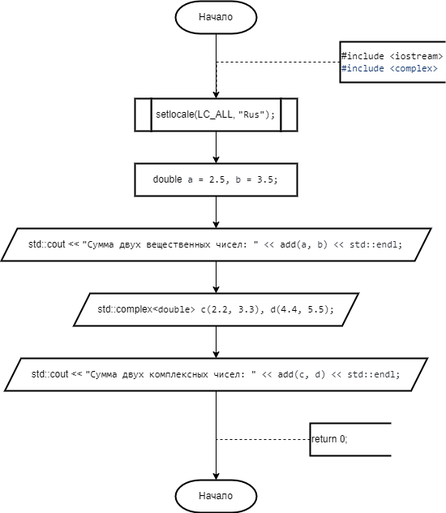
IlyaFedoseev227/LABS-PNRPU-IVT-22-1b keeps this draw.io diagram as 2 Семестр/Labs/7.1 Лаба/Лаба 7.1.png. Above is the earlier version. Source tidied: cells renumbered, new cells last; positions are measured from the earlier drawing's top-left corner, leaving out a move shared by most shapes.
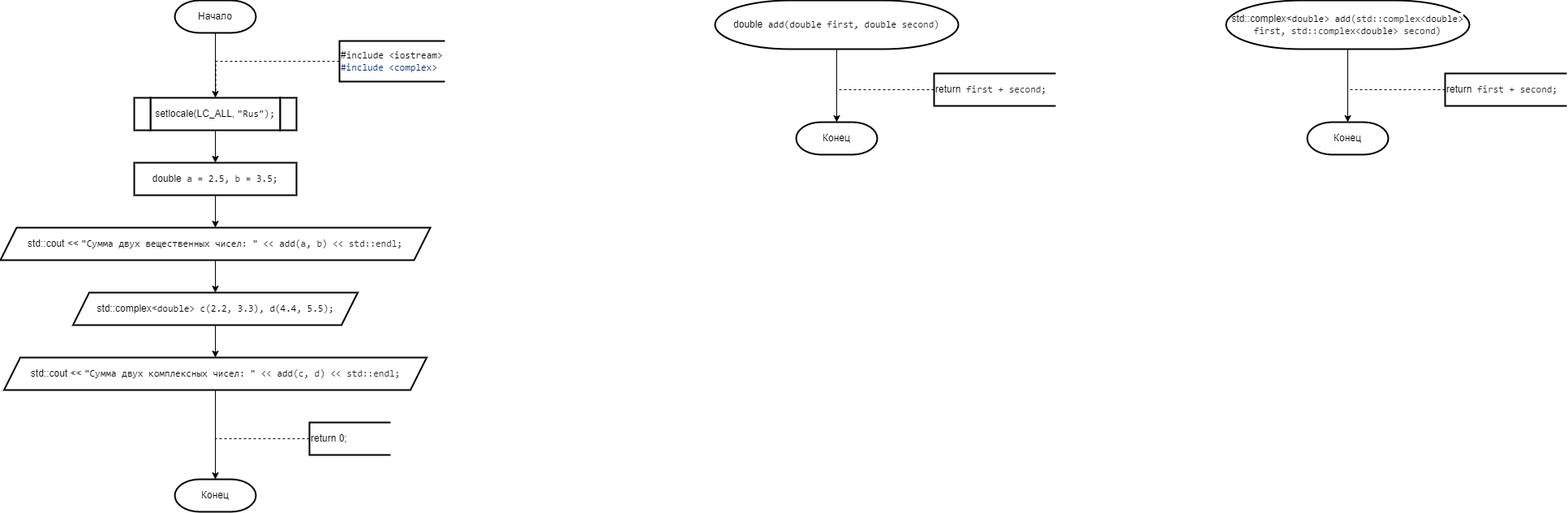
After the commit.

What changed in the source:
```diff
@@ -55,7 +55,7 @@
     <mxCell id="17" value="&lt;div style=&quot;text-align: start;&quot;&gt;std::cout &amp;lt;&amp;lt; &lt;span style=&quot;box-sizing: border-box; color: var(--color-prettylights-syntax-string); font-family: ui-monospace, SFMono-Regular, &amp;quot;SF Mono&amp;quot;, Menlo, Consolas, &amp;quot;Liberation Mono&amp;quot;, monospace; background-color: rgb(255, 255, 255);&quot; class=&quot;pl-s&quot;&gt;&lt;span style=&quot;box-sizing: border-box; color: var(--color-prettylights-syntax-string);&quot; class=&quot;pl-pds&quot;&gt;&quot;&lt;/span&gt;Сумма двух комплексных чисел: &lt;span style=&quot;box-sizing: border-box; color: var(--color-prettylights-syntax-string);&quot; class=&quot;pl-pds&quot;&gt;&quot;&lt;/span&gt;&lt;/span&gt;&lt;span style=&quot;color: rgb(36, 41, 47); font-family: ui-monospace, SFMono-Regular, &amp;quot;SF Mono&amp;quot;, Menlo, Consolas, &amp;quot;Liberation Mono&amp;quot;, monospace; background-color: rgb(255, 255, 255);&quot;&gt; &amp;lt;&amp;lt; &lt;/span&gt;&lt;span style=&quot;box-sizing: border-box; color: var(--color-prettylights-syntax-constant); font-family: ui-monospace, SFMono-Regular, &amp;quot;SF Mono&amp;quot;, Menlo, Consolas, &amp;quot;Liberation Mono&amp;quot;, monospace; background-color: rgb(255, 255, 255);&quot; class=&quot;pl-c1&quot;&gt;add&lt;/span&gt;&lt;span style=&quot;color: rgb(36, 41, 47); font-family: ui-monospace, SFMono-Regular, &amp;quot;SF Mono&amp;quot;, Menlo, Consolas, &amp;quot;Liberation Mono&amp;quot;, monospace; background-color: rgb(255, 255, 255);&quot;&gt;(c, d) &amp;lt;&amp;lt; std::endl;&lt;/span&gt;&lt;br&gt;&lt;/div&gt;" style="shape=parallelogram;perimeter=parallelogramPerimeter;whiteSpace=wrap;html=1;fixedSize=1;strokeWidth=2;size=20;" parent="1" vertex="1">
       <mxGeometry x="4.5" y="440" width="521" height="40" as="geometry" />
     </mxCell>
-    <mxCell id="18" value="Начало" style="strokeWidth=2;html=1;shape=mxgraph.flowchart.terminator;whiteSpace=wrap;" parent="1" vertex="1">
+    <mxCell id="18" value="Конец" style="strokeWidth=2;html=1;shape=mxgraph.flowchart.terminator;whiteSpace=wrap;" parent="1" vertex="1">
       <mxGeometry x="215" y="590" width="100" height="40" as="geometry" />
     </mxCell>
     <mxCell id="19" value="return 0;" style="strokeWidth=2;html=1;shape=mxgraph.flowchart.annotation_1;align=left;" parent="1" vertex="1">
@@ -68,5 +68,47 @@
         </Array>
       </mxGeometry>
     </mxCell>
+    <mxCell id="21" style="edgeStyle=orthogonalEdgeStyle;rounded=0;jettySize=auto;html=1;exitX=0.5;exitY=1;exitDx=0;exitDy=0;exitPerimeter=0;entryX=0.5;entryY=0;entryDx=0;entryDy=0;entryPerimeter=0;" parent="1" edge="1" source="22" target="23">
+      <mxGeometry relative="1" as="geometry" />
+    </mxCell>
+    <mxCell id="22" value="double&lt;span style=&quot;color: rgb(36, 41, 47); font-family: ui-monospace, SFMono-Regular, &amp;quot;SF Mono&amp;quot;, Menlo, Consolas, &amp;quot;Liberation Mono&amp;quot;, monospace; text-align: start; background-color: rgb(255, 255, 255);&quot;&gt; &lt;/span&gt;&lt;span style=&quot;box-sizing: border-box; color: var(--color-prettylights-syntax-entity); font-family: ui-monospace, SFMono-Regular, &amp;quot;SF Mono&amp;quot;, Menlo, Consolas, &amp;quot;Liberation Mono&amp;quot;, monospace; text-align: start; background-color: rgb(255, 255, 255);&quot; class=&quot;pl-en&quot;&gt;add&lt;/span&gt;&lt;span style=&quot;color: rgb(36, 41, 47); font-family: ui-monospace, SFMono-Regular, &amp;quot;SF Mono&amp;quot;, Menlo, Consolas, &amp;quot;Liberation Mono&amp;quot;, monospace; text-align: start; background-color: rgb(255, 255, 255);&quot;&gt;(&lt;/span&gt;&lt;span style=&quot;box-sizing: border-box; color: var(--color-prettylights-syntax-keyword); font-family: ui-monospace, SFMono-Regular, &amp;quot;SF Mono&amp;quot;, Menlo, Consolas, &amp;quot;Liberation Mono&amp;quot;, monospace; text-align: start; background-color: rgb(255, 255, 255);&quot; class=&quot;pl-k&quot;&gt;double&lt;/span&gt;&lt;span style=&quot;color: rgb(36, 41, 47); font-family: ui-monospace, SFMono-Regular, &amp;quot;SF Mono&amp;quot;, Menlo, Consolas, &amp;quot;Liberation Mono&amp;quot;, monospace; text-align: start; background-color: rgb(255, 255, 255);&quot;&gt; first, &lt;/span&gt;&lt;span style=&quot;box-sizing: border-box; color: var(--color-prettylights-syntax-keyword); font-family: ui-monospace, SFMono-Regular, &amp;quot;SF Mono&amp;quot;, Menlo, Consolas, &amp;quot;Liberation Mono&amp;quot;, monospace; text-align: start; background-color: rgb(255, 255, 255);&quot; class=&quot;pl-k&quot;&gt;double&lt;/span&gt;&lt;span style=&quot;color: rgb(36, 41, 47); font-family: ui-monospace, SFMono-Regular, &amp;quot;SF Mono&amp;quot;, Menlo, Consolas, &amp;quot;Liberation Mono&amp;quot;, monospace; text-align: start; background-color: rgb(255, 255, 255);&quot;&gt; second)&lt;/span&gt;" style="strokeWidth=2;html=1;shape=mxgraph.flowchart.terminator;whiteSpace=wrap;" parent="1" vertex="1">
+      <mxGeometry x="881" width="300" height="60" as="geometry" />
+    </mxCell>
+    <mxCell id="23" value="Конец" style="strokeWidth=2;html=1;shape=mxgraph.flowchart.terminator;whiteSpace=wrap;" parent="1" vertex="1">
+      <mxGeometry x="981" y="150" width="100" height="40" as="geometry" />
+    </mxCell>
+    <mxCell id="24" value="return&lt;span style=&quot;color: rgb(36, 41, 47); font-family: ui-monospace, SFMono-Regular, &amp;quot;SF Mono&amp;quot;, Menlo, Consolas, &amp;quot;Liberation Mono&amp;quot;, monospace; background-color: rgb(255, 255, 255);&quot;&gt; first + second;&lt;/span&gt;" style="strokeWidth=2;html=1;shape=mxgraph.flowchart.annotation_1;align=left;" parent="1" vertex="1">
+      <mxGeometry x="1151" y="90" width="150" height="40" as="geometry" />
+    </mxCell>
+    <mxCell id="25" style="edgeStyle=orthogonalEdgeStyle;rounded=0;jettySize=auto;html=1;exitX=0;exitY=0.5;exitDx=0;exitDy=0;exitPerimeter=0;entryX=0.5;entryY=0;entryDx=0;entryDy=0;strokeWidth=1;endArrow=none;endFill=0;dashed=1;entryPerimeter=0;" parent="1" edge="1" source="24">
+      <mxGeometry relative="1" as="geometry">
+        <mxPoint x="1031" y="150" as="targetPoint" />
+        <Array as="points">
+          <mxPoint x="1151" y="110" />
+          <mxPoint x="1031" y="110" />
+        </Array>
+      </mxGeometry>
+    </mxCell>
+    <mxCell id="26" style="edgeStyle=orthogonalEdgeStyle;rounded=0;jettySize=auto;html=1;exitX=0.5;exitY=1;exitDx=0;exitDy=0;exitPerimeter=0;entryX=0.5;entryY=0;entryDx=0;entryDy=0;entryPerimeter=0;" parent="1" edge="1" source="27" target="28">
+      <mxGeometry relative="1" as="geometry" />
+    </mxCell>
+    <mxCell id="27" value="std::complex&amp;lt;&lt;span style=&quot;box-sizing: border-box; color: var(--color-prettylights-syntax-keyword); font-family: ui-monospace, SFMono-Regular, &amp;quot;SF Mono&amp;quot;, Menlo, Consolas, &amp;quot;Liberation Mono&amp;quot;, monospace; text-align: start; background-color: rgb(255, 255, 255);&quot; class=&quot;pl-k&quot;&gt;double&lt;/span&gt;&lt;span style=&quot;color: rgb(36, 41, 47); font-family: ui-monospace, SFMono-Regular, &amp;quot;SF Mono&amp;quot;, Menlo, Consolas, &amp;quot;Liberation Mono&amp;quot;, monospace; text-align: start; background-color: rgb(255, 255, 255);&quot;&gt;&amp;gt; &lt;/span&gt;&lt;span style=&quot;box-sizing: border-box; color: var(--color-prettylights-syntax-entity); font-family: ui-monospace, SFMono-Regular, &amp;quot;SF Mono&amp;quot;, Menlo, Consolas, &amp;quot;Liberation Mono&amp;quot;, monospace; text-align: start; background-color: rgb(255, 255, 255);&quot; class=&quot;pl-en&quot;&gt;add&lt;/span&gt;&lt;span style=&quot;color: rgb(36, 41, 47); font-family: ui-monospace, SFMono-Regular, &amp;quot;SF Mono&amp;quot;, Menlo, Consolas, &amp;quot;Liberation Mono&amp;quot;, monospace; text-align: start; background-color: rgb(255, 255, 255);&quot;&gt;(std::complex&amp;lt;&lt;/span&gt;&lt;span style=&quot;box-sizing: border-box; color: var(--color-prettylights-syntax-keyword); font-family: ui-monospace, SFMono-Regular, &amp;quot;SF Mono&amp;quot;, Menlo, Consolas, &amp;quot;Liberation Mono&amp;quot;, monospace; text-align: start; background-color: rgb(255, 255, 255);&quot; class=&quot;pl-k&quot;&gt;double&lt;/span&gt;&lt;span style=&quot;color: rgb(36, 41, 47); font-family: ui-monospace, SFMono-Regular, &amp;quot;SF Mono&amp;quot;, Menlo, Consolas, &amp;quot;Liberation Mono&amp;quot;, monospace; text-align: start; background-color: rgb(255, 255, 255);&quot;&gt;&amp;gt; first, std::complex&amp;lt;&lt;/span&gt;&lt;span style=&quot;box-sizing: border-box; color: var(--color-prettylights-syntax-keyword); font-family: ui-monospace, SFMono-Regular, &amp;quot;SF Mono&amp;quot;, Menlo, Consolas, &amp;quot;Liberation Mono&amp;quot;, monospace; text-align: start; background-color: rgb(255, 255, 255);&quot; class=&quot;pl-k&quot;&gt;double&lt;/span&gt;&lt;span style=&quot;color: rgb(36, 41, 47); font-family: ui-monospace, SFMono-Regular, &amp;quot;SF Mono&amp;quot;, Menlo, Consolas, &amp;quot;Liberation Mono&amp;quot;, monospace; text-align: start; background-color: rgb(255, 255, 255);&quot;&gt;&amp;gt; second)&lt;/span&gt;" style="strokeWidth=2;html=1;shape=mxgraph.flowchart.terminator;whiteSpace=wrap;" parent="1" vertex="1">
+      <mxGeometry x="1511" width="300" height="60" as="geometry" />
+    </mxCell>
+    <mxCell id="28" value="Конец" style="strokeWidth=2;html=1;shape=mxgraph.flowchart.terminator;whiteSpace=wrap;" parent="1" vertex="1">
+      <mxGeometry x="1611" y="150" width="100" height="40" as="geometry" />
+    </mxCell>
+    <mxCell id="29" value="return&lt;span style=&quot;color: rgb(36, 41, 47); font-family: ui-monospace, SFMono-Regular, &amp;quot;SF Mono&amp;quot;, Menlo, Consolas, &amp;quot;Liberation Mono&amp;quot;, monospace; background-color: rgb(255, 255, 255);&quot;&gt; first + second;&lt;/span&gt;" style="strokeWidth=2;html=1;shape=mxgraph.flowchart.annotation_1;align=left;" parent="1" vertex="1">
+      <mxGeometry x="1781" y="90" width="150" height="40" as="geometry" />
+    </mxCell>
+    <mxCell id="30" style="edgeStyle=orthogonalEdgeStyle;rounded=0;jettySize=auto;html=1;exitX=0;exitY=0.5;exitDx=0;exitDy=0;exitPerimeter=0;entryX=0.5;entryY=0;entryDx=0;entryDy=0;strokeWidth=1;endArrow=none;endFill=0;dashed=1;entryPerimeter=0;" parent="1" edge="1" source="29">
+      <mxGeometry relative="1" as="geometry">
+        <mxPoint x="1661" y="150" as="targetPoint" />
+        <Array as="points">
+          <mxPoint x="1781" y="110" />
+          <mxPoint x="1661" y="110" />
+        </Array>
+      </mxGeometry>
+    </mxCell>
   </root>
 </mxGraphModel>
```
